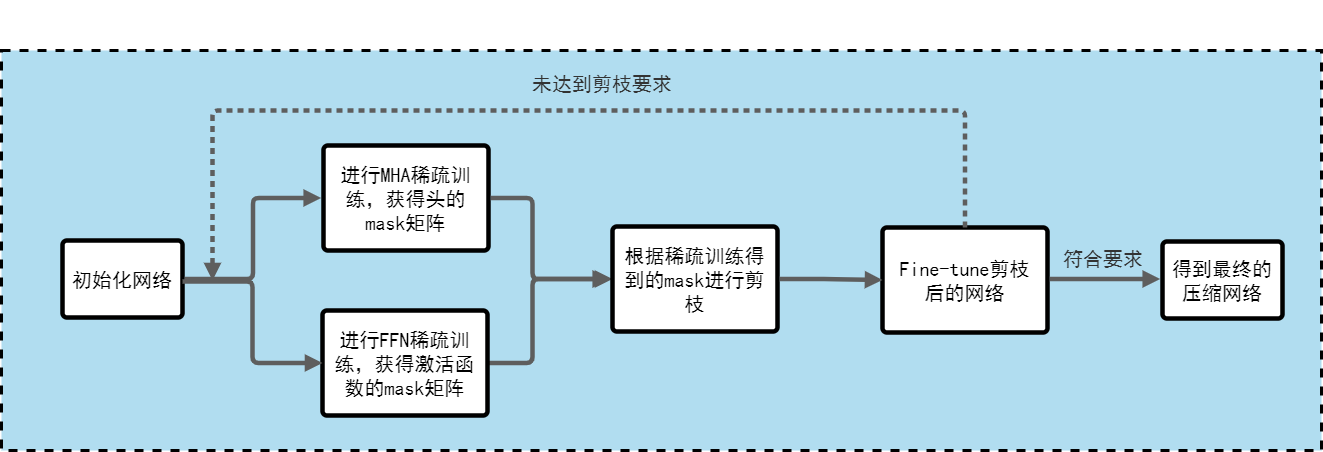
Earlier version of the draw.io export prune_flow.png (AAAAAAAyq/Personal-Studying). Source tidied: cells renumbered, new cells last; positions are measured from the earlier drawing's top-left corner, leaving out a move shared by most shapes. Source of this version:
```xml
<mxGraphModel>
  <root>
    <mxCell id="0" />
    <mxCell id="1" parent="0" />
    <mxCell id="2" style="whiteSpace=wrap;html=1;strokeColor=#000000;strokeWidth=3;dashed=1;verticalAlign=top;fillColor=#b1ddf0;" parent="1" vertex="1">
      <mxGeometry y="50" width="1320" height="400" as="geometry" />
    </mxCell>
    <mxCell id="3" style="edgeStyle=elbowEdgeStyle;rounded=1;jettySize=auto;html=1;entryX=0;entryY=0.5;entryDx=0;entryDy=0;fontSize=13;strokeColor=#5E5E5E;strokeWidth=4.5;endFill=1;endArrow=block;arcSize=12;exitX=1;exitY=0.5;exitDx=0;exitDy=0;" parent="1" edge="1" source="4" target="7">
      <mxGeometry relative="1" as="geometry">
        <Array as="points">
          <mxPoint x="531" y="320" />
        </Array>
      </mxGeometry>
    </mxCell>
    <mxCell id="4" value="进行FFN稀疏训练，获得激活函数的mask矩阵" style="html=1;overflow=block;blockSpacing=1;whiteSpace=wrap;whiteSpace=wrap;fontSize=20;fontFamily=SimHei;spacing=9;strokeOpacity=100;fillOpacity=100;rounded=1;absoluteArcSize=1;arcSize=9;strokeWidth=4.5;" parent="1" vertex="1">
      <mxGeometry x="321" y="310" width="165" height="105" as="geometry" />
    </mxCell>
    <mxCell id="5" value="初始化网络" style="html=1;overflow=block;blockSpacing=1;whiteSpace=wrap;whiteSpace=wrap;fontSize=20;fontFamily=SimHei;spacing=9;strokeOpacity=100;fillOpacity=100;rounded=1;absoluteArcSize=1;arcSize=9;strokeWidth=4.5;" parent="1" vertex="1">
      <mxGeometry x="61" y="240" width="120" height="77" as="geometry" />
    </mxCell>
    <mxCell id="6" style="html=1;jettySize=18;whiteSpace=wrap;fontSize=13;strokeColor=#5E5E5E;strokeWidth=4.5;rounded=1;arcSize=12;edgeStyle=orthogonalEdgeStyle;startArrow=none;endArrow=block;endFill=1;exitX=1.019;exitY=0.5;exitPerimeter=0;entryX=0;entryY=0.5;entryDx=0;entryDy=0;" parent="1" edge="1" target="4">
      <mxGeometry relative="1" as="geometry">
        <mxPoint x="181" y="281" as="sourcePoint" />
      </mxGeometry>
    </mxCell>
    <mxCell id="7" value="根据稀疏训练得到的mask进行剪枝" style="html=1;overflow=block;blockSpacing=1;whiteSpace=wrap;whiteSpace=wrap;fontSize=20;fontFamily=SimHei;spacing=9;strokeOpacity=100;fillOpacity=100;rounded=1;absoluteArcSize=1;arcSize=9;strokeWidth=4.5;" parent="1" vertex="1">
      <mxGeometry x="611" y="226" width="165" height="105" as="geometry" />
    </mxCell>
    <mxCell id="8" value="Fine-tune剪枝后的网络" style="html=1;overflow=block;blockSpacing=1;whiteSpace=wrap;whiteSpace=wrap;fontSize=20;fontFamily=SimHei;spacing=9;strokeOpacity=100;fillOpacity=100;rounded=1;absoluteArcSize=1;arcSize=9;strokeWidth=4.5;" parent="1" vertex="1">
      <mxGeometry x="881" y="227" width="165" height="105" as="geometry" />
    </mxCell>
    <mxCell id="9" value="得到最终的压缩网络" style="html=1;overflow=block;blockSpacing=1;whiteSpace=wrap;whiteSpace=wrap;fontSize=20;fontFamily=SimHei;spacing=9;strokeOpacity=100;fillOpacity=100;rounded=1;absoluteArcSize=1;arcSize=9;strokeWidth=4.5;" parent="1" vertex="1">
      <mxGeometry x="1161" y="241" width="120" height="77" as="geometry" />
    </mxCell>
    <mxCell id="10" parent="0" />
    <mxCell id="11" value="background" parent="0" />
    <mxCell id="12" value="foreground" parent="0" />
    <mxCell id="13" style="group;" parent="12" vertex="1">
      <mxGeometry x="87" width="1194" height="247" as="geometry" />
    </mxCell>
    <mxCell id="14" value="进行MHA稀疏训练，获得头的mask矩阵" style="html=1;overflow=block;blockSpacing=1;whiteSpace=wrap;whiteSpace=wrap;fontSize=20;fontFamily=SimHei;spacing=9;strokeOpacity=100;fillOpacity=100;rounded=1;absoluteArcSize=1;arcSize=9;strokeWidth=4.5;" parent="13" vertex="1">
      <mxGeometry x="235" y="145" width="165" height="105" as="geometry" />
    </mxCell>
    <mxCell id="15" value="未达到剪枝要求" style="html=1;overflow=block;blockSpacing=1;whiteSpace=wrap;whiteSpace=wrap;fontSize=20;fontFamily=SimHei;fontColor=#333333;spacing=3.8;strokeOpacity=0;fillOpacity=0;rounded=1;absoluteArcSize=1;arcSize=9;fillColor=#ffffff;strokeWidth=2.3;" parent="13" vertex="1">
      <mxGeometry x="424" y="60" width="180" height="45" as="geometry" />
    </mxCell>
    <mxCell id="16" value="符合要求" style="html=1;overflow=block;blockSpacing=1;whiteSpace=wrap;whiteSpace=wrap;fontSize=20;fontFamily=SimHei;fontColor=#333333;spacing=3.8;strokeOpacity=0;fillOpacity=0;rounded=1;absoluteArcSize=1;arcSize=9;fillColor=#ffffff;strokeWidth=2.3;" parent="13" vertex="1">
      <mxGeometry x="925" y="235" width="180" height="45" as="geometry" />
    </mxCell>
    <mxCell id="17" style="html=1;jettySize=18;whiteSpace=wrap;fontSize=13;strokeColor=#5E5E5E;strokeWidth=4.5;rounded=1;arcSize=12;edgeStyle=orthogonalEdgeStyle;startArrow=none;endArrow=block;endFill=1;exitX=1.019;exitY=0.5;exitPerimeter=0;entryX=-0.014;entryY=0.5;entryPerimeter=0;" parent="13" edge="1" source="5" target="14">
      <mxGeometry relative="1" as="geometry" />
    </mxCell>
    <mxCell id="18" style="html=1;jettySize=18;whiteSpace=wrap;fontSize=13;strokeColor=#5E5E5E;strokeWidth=4.5;rounded=1;arcSize=12;edgeStyle=orthogonalEdgeStyle;startArrow=none;endArrow=block;endFill=1;exitX=1.014;exitY=0.5;exitPerimeter=0;entryX=-0.019;entryY=0.5;entryPerimeter=0;" parent="13" edge="1">
      <mxGeometry relative="1" as="geometry">
        <mxPoint x="961.3" y="278.5" as="sourcePoint" />
        <mxPoint x="1071.7" y="278.5" as="targetPoint" />
      </mxGeometry>
    </mxCell>
    <mxCell id="19" style="html=1;jettySize=18;whiteSpace=wrap;fontSize=13;strokeColor=#5E5E5E;dashed=1;fixDash=1;dashPattern=6 5;strokeWidth=4.5;rounded=1;arcSize=12;edgeStyle=orthogonalEdgeStyle;startArrow=none;endArrow=block;endFill=1;exitX=0.5;exitY=0;exitDx=0;exitDy=0;" parent="13" edge="1" source="8">
      <mxGeometry relative="1" as="geometry">
        <mxPoint x="124" y="280" as="targetPoint" />
        <Array as="points">
          <mxPoint x="877" y="110" />
          <mxPoint x="124" y="110" />
        </Array>
      </mxGeometry>
    </mxCell>
    <mxCell id="20" style="html=1;jettySize=18;whiteSpace=wrap;fontSize=13;strokeColor=#5E5E5E;strokeWidth=4.5;rounded=1;arcSize=12;edgeStyle=orthogonalEdgeStyle;startArrow=none;endArrow=block;endFill=1;exitX=1.014;exitY=0.5;exitPerimeter=0;entryX=0;entryY=0.5;entryDx=0;entryDy=0;" parent="13" edge="1" source="7" target="8">
      <mxGeometry relative="1" as="geometry" />
    </mxCell>
    <mxCell id="21" style="html=1;jettySize=18;whiteSpace=wrap;fontSize=13;strokeColor=#5E5E5E;strokeWidth=4.5;rounded=1;arcSize=12;edgeStyle=orthogonalEdgeStyle;startArrow=none;endArrow=block;endFill=1;exitX=1.014;exitY=0.5;exitPerimeter=0;entryX=-0.014;entryY=0.5;entryPerimeter=0;" parent="13" edge="1" source="14" target="7">
      <mxGeometry relative="1" as="geometry">
        <Array as="points">
          <mxPoint x="444" y="198" />
          <mxPoint x="444" y="279" />
        </Array>
      </mxGeometry>
    </mxCell>
  </root>
</mxGraphModel>
```
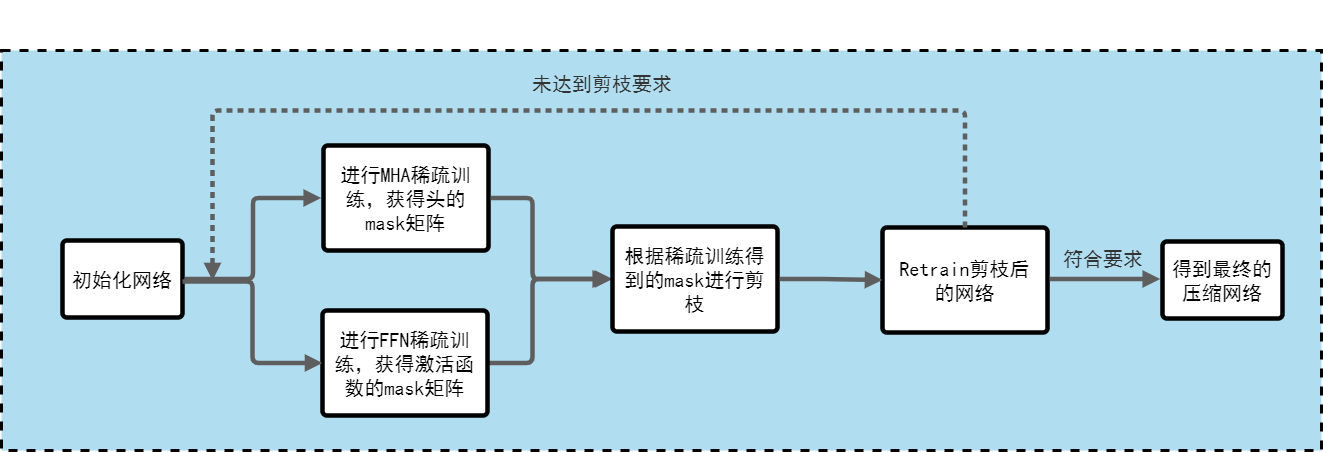
The same file after the commit.

Change to the diagram source:
```diff
@@ -26,7 +26,7 @@
     <mxCell id="7" value="根据稀疏训练得到的mask进行剪枝" style="html=1;overflow=block;blockSpacing=1;whiteSpace=wrap;whiteSpace=wrap;fontSize=20;fontFamily=SimHei;spacing=9;strokeOpacity=100;fillOpacity=100;rounded=1;absoluteArcSize=1;arcSize=9;strokeWidth=4.5;" parent="1" vertex="1">
       <mxGeometry x="611" y="226" width="165" height="105" as="geometry" />
     </mxCell>
-    <mxCell id="8" value="Fine-tune剪枝后的网络" style="html=1;overflow=block;blockSpacing=1;whiteSpace=wrap;whiteSpace=wrap;fontSize=20;fontFamily=SimHei;spacing=9;strokeOpacity=100;fillOpacity=100;rounded=1;absoluteArcSize=1;arcSize=9;strokeWidth=4.5;" parent="1" vertex="1">
+    <mxCell id="8" value="Retrain剪枝后的网络" style="html=1;overflow=block;blockSpacing=1;whiteSpace=wrap;whiteSpace=wrap;fontSize=20;fontFamily=SimHei;spacing=9;strokeOpacity=100;fillOpacity=100;rounded=1;absoluteArcSize=1;arcSize=9;strokeWidth=4.5;" parent="1" vertex="1">
       <mxGeometry x="881" y="227" width="165" height="105" as="geometry" />
     </mxCell>
     <mxCell id="9" value="得到最终的压缩网络" style="html=1;overflow=block;blockSpacing=1;whiteSpace=wrap;whiteSpace=wrap;fontSize=20;fontFamily=SimHei;spacing=9;strokeOpacity=100;fillOpacity=100;rounded=1;absoluteArcSize=1;arcSize=9;strokeWidth=4.5;" parent="1" vertex="1">
```
